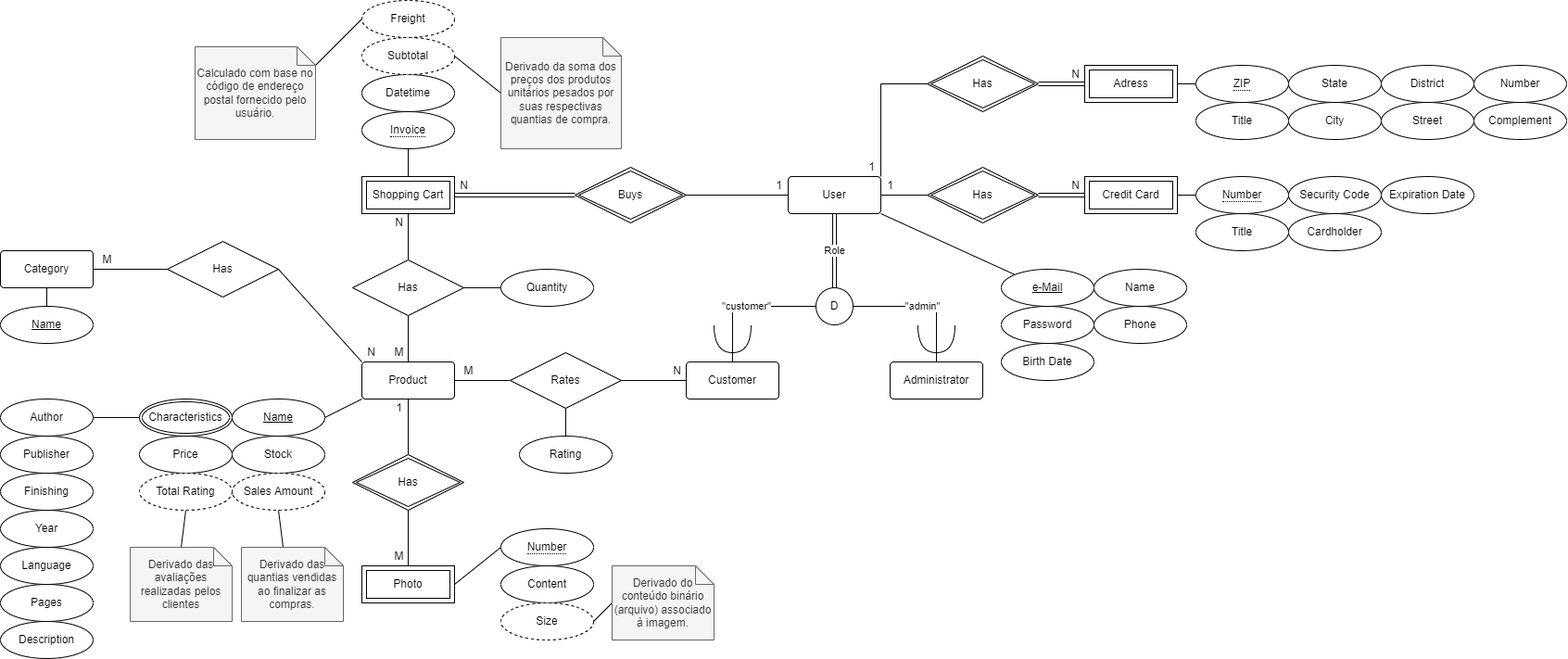
This is github/MER.png from jlrconstantino/bookstore-ecommerce, a draw.io export, as it was before one commit. Source tidied: cells renumbered, new cells last; positions are measured from the earlier drawing's top-left corner, leaving out a move shared by most shapes.
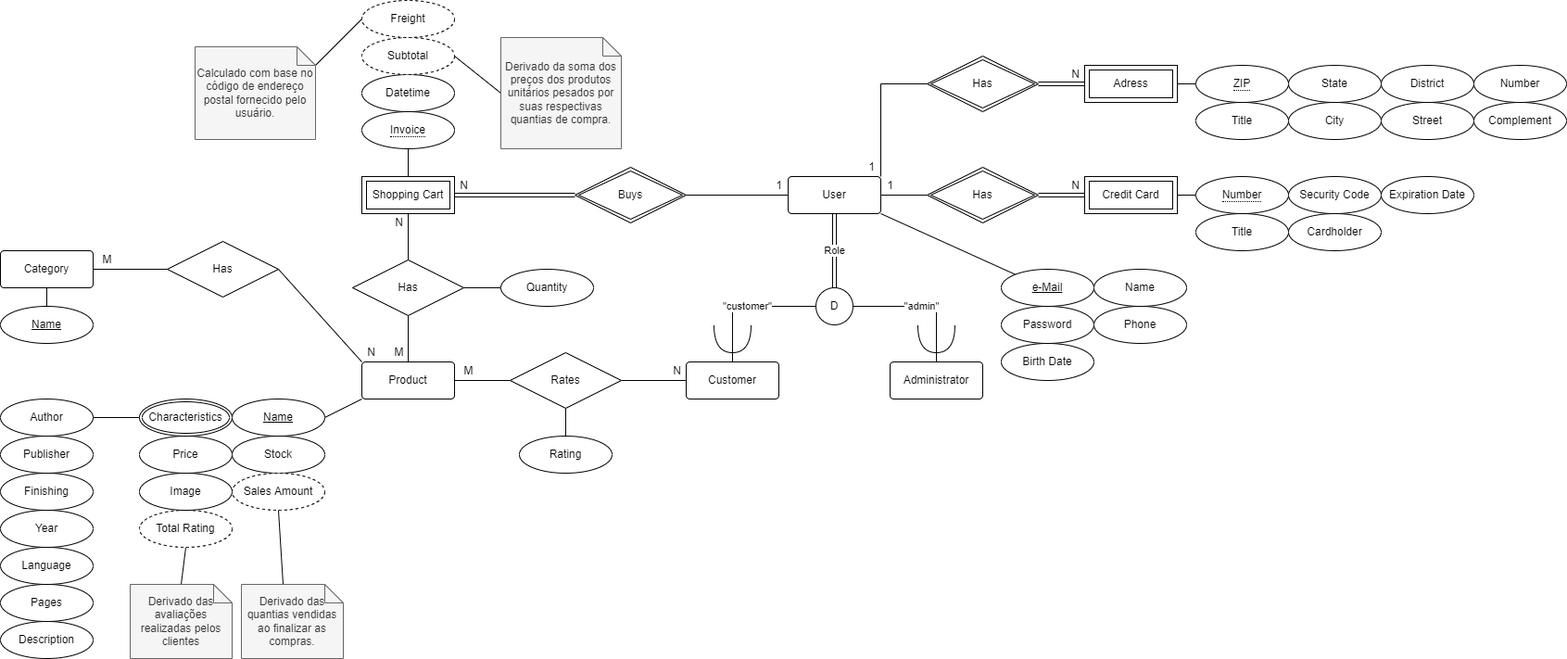
After the commit.

What changed in the source:
```diff
@@ -187,42 +187,6 @@
     <mxCell id="58" value="Calculado com base no código de endereço postal fornecido pelo usuário." style="shape=note;size=20;whiteSpace=wrap;html=1;fillColor=#f5f5f5;fontColor=#333333;strokeColor=#666666;" parent="1" vertex="1">
       <mxGeometry x="210" y="50" width="130" height="100" as="geometry" />
     </mxCell>
-    <mxCell id="59" style="edgeStyle=none;rounded=0;jettySize=auto;html=1;entryX=0.5;entryY=1;entryDx=0;entryDy=0;endArrow=none;endFill=0;elbow=vertical;exitX=0.5;exitY=0;exitDx=0;exitDy=0;" parent="1" edge="1" source="61" target="17">
-      <mxGeometry relative="1" as="geometry" />
-    </mxCell>
-    <mxCell id="60" value="1" style="text;html=1;align=center;verticalAlign=middle;strokeColor=none;fillColor=none;" parent="1" vertex="1">
-      <mxGeometry x="415" y="425" width="30" height="30" as="geometry" />
-    </mxCell>
-    <mxCell id="61" value="Has" style="shape=rhombus;double=1;perimeter=rhombusPerimeter;whiteSpace=wrap;html=1;align=center;" parent="1" vertex="1">
-      <mxGeometry x="380" y="490" width="120" height="60" as="geometry" />
-    </mxCell>
-    <mxCell id="62" style="edgeStyle=none;rounded=0;jettySize=auto;html=1;exitX=0.5;exitY=0;exitDx=0;exitDy=0;entryX=0.5;entryY=1;entryDx=0;entryDy=0;endArrow=none;endFill=0;elbow=vertical;" parent="1" edge="1" source="64" target="61">
-      <mxGeometry relative="1" as="geometry" />
-    </mxCell>
-    <mxCell id="63" style="edgeStyle=none;rounded=0;jettySize=auto;html=1;exitX=1;exitY=0.5;exitDx=0;exitDy=0;endArrow=none;endFill=0;elbow=vertical;entryX=0;entryY=0.5;entryDx=0;entryDy=0;" parent="1" edge="1" source="64" target="70">
-      <mxGeometry relative="1" as="geometry" />
-    </mxCell>
-    <mxCell id="64" value="Photo" style="shape=ext;margin=3;double=1;whiteSpace=wrap;html=1;align=center;" parent="1" vertex="1">
-      <mxGeometry x="390" y="610" width="100" height="40" as="geometry" />
-    </mxCell>
-    <mxCell id="65" value="M" style="text;html=1;align=center;verticalAlign=middle;strokeColor=none;fillColor=none;" parent="1" vertex="1">
-      <mxGeometry x="415" y="590" width="30" height="20" as="geometry" />
-    </mxCell>
-    <mxCell id="66" value="Content" style="ellipse;whiteSpace=wrap;html=1;align=center;" parent="1" vertex="1">
-      <mxGeometry x="540" y="610" width="100" height="40" as="geometry" />
-    </mxCell>
-    <mxCell id="67" style="edgeStyle=none;rounded=0;jettySize=auto;html=1;exitX=1;exitY=0.5;exitDx=0;exitDy=0;entryX=0;entryY=0.5;entryDx=0;entryDy=0;entryPerimeter=0;endArrow=none;endFill=0;elbow=vertical;" parent="1" edge="1" source="68" target="69">
-      <mxGeometry relative="1" as="geometry" />
-    </mxCell>
-    <mxCell id="68" value="Size" style="ellipse;whiteSpace=wrap;html=1;align=center;dashed=1;" parent="1" vertex="1">
-      <mxGeometry x="540" y="650" width="100" height="40" as="geometry" />
-    </mxCell>
-    <mxCell id="69" value="Derivado do conteúdo binário (arquivo) associado à imagem." style="shape=note;size=20;whiteSpace=wrap;html=1;fillColor=#f5f5f5;fontColor=#333333;strokeColor=#666666;" parent="1" vertex="1">
-      <mxGeometry x="660" y="610" width="110" height="80" as="geometry" />
-    </mxCell>
-    <mxCell id="70" value="&lt;span style=&quot;border-bottom: 1px dotted&quot;&gt;Number&lt;/span&gt;" style="ellipse;whiteSpace=wrap;html=1;align=center;" parent="1" vertex="1">
-      <mxGeometry x="540" y="570" width="100" height="40" as="geometry" />
-    </mxCell>
     <mxCell id="71" value="Name" style="ellipse;whiteSpace=wrap;html=1;align=center;fontStyle=4;" parent="1" vertex="1">
       <mxGeometry x="250" y="430" width="100" height="40" as="geometry" />
     </mxCell>
@@ -248,7 +212,7 @@
       <mxGeometry relative="1" as="geometry" />
     </mxCell>
     <mxCell id="79" value="Derivado das quantias vendidas ao finalizar as compras." style="shape=note;size=20;whiteSpace=wrap;html=1;fillColor=#f5f5f5;fontColor=#333333;strokeColor=#666666;" parent="1" vertex="1">
-      <mxGeometry x="260" y="590" width="110" height="80" as="geometry" />
+      <mxGeometry x="260" y="630" width="110" height="80" as="geometry" />
     </mxCell>
     <mxCell id="80" value="Birth Date" style="ellipse;whiteSpace=wrap;html=1;align=center;" parent="1" vertex="1">
       <mxGeometry x="1080" y="370" width="100" height="40" as="geometry" />
@@ -269,10 +233,10 @@
       <mxGeometry relative="1" as="geometry" />
     </mxCell>
     <mxCell id="86" value="Total Rating" style="ellipse;whiteSpace=wrap;html=1;align=center;dashed=1;" parent="1" vertex="1">
-      <mxGeometry x="150" y="510" width="100" height="40" as="geometry" />
+      <mxGeometry x="150" y="550" width="100" height="40" as="geometry" />
     </mxCell>
     <mxCell id="87" value="Derivado das avaliações realizadas pelos clientes" style="shape=note;size=20;whiteSpace=wrap;html=1;fillColor=#f5f5f5;fontColor=#333333;strokeColor=#666666;" parent="1" vertex="1">
-      <mxGeometry x="140" y="590" width="110" height="80" as="geometry" />
+      <mxGeometry x="140" y="630" width="110" height="80" as="geometry" />
     </mxCell>
     <mxCell id="88" value="Title" style="ellipse;whiteSpace=wrap;html=1;align=center;" parent="1" vertex="1">
       <mxGeometry x="1290" y="230" width="100" height="40" as="geometry" />
@@ -349,5 +313,8 @@
     <mxCell id="112" value="M" style="text;html=1;align=center;verticalAlign=middle;strokeColor=none;fillColor=none;" parent="1" vertex="1">
       <mxGeometry x="490" y="390" width="30" height="20" as="geometry" />
     </mxCell>
+    <mxCell id="113" value="Image" style="ellipse;whiteSpace=wrap;html=1;align=center;" parent="1" vertex="1">
+      <mxGeometry x="150" y="510" width="100" height="40" as="geometry" />
+    </mxCell>
   </root>
 </mxGraphModel>
```
